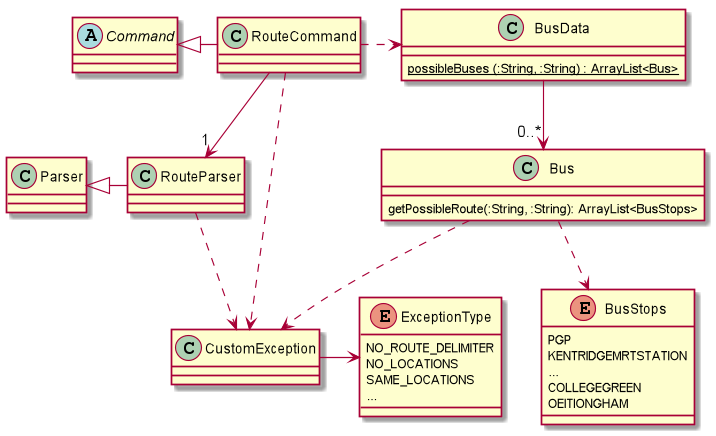
This is docs/RouteCommandClass.png from nus-cs2113-AY2021S1/tp, a PlantUML export, as it was before one commit. Its diagram source:
```plantuml
@startuml

abstract class Command
Class RouteCommand
Class RouteParser
Class Parser
Class BusData {
{static} possibleBuses (:String, :String) : ArrayList<Bus>
}
Class Bus {
getPossibleRoute(:String, :String): ArrayList<BusStops>
}

enum BusStops {
PGP
KENTRIDGEMRTSTATION
...
COLLEGEGREEN
OEITIONGHAM
}

enum ExceptionType {
NO_ROUTE_DELIMITER
NO_LOCATIONS
SAME_LOCATIONS
...
}

Command <|- RouteCommand
Parser <|- RouteParser
RouteParser "1"<--down RouteCommand
RouteCommand .> BusData
BusData --> "0..*" Bus
Bus ..> BusStops
RouteCommand ..> CustomException
RouteParser ..> CustomException
Bus ..> CustomException
CustomException -> ExceptionType

@enduml
```
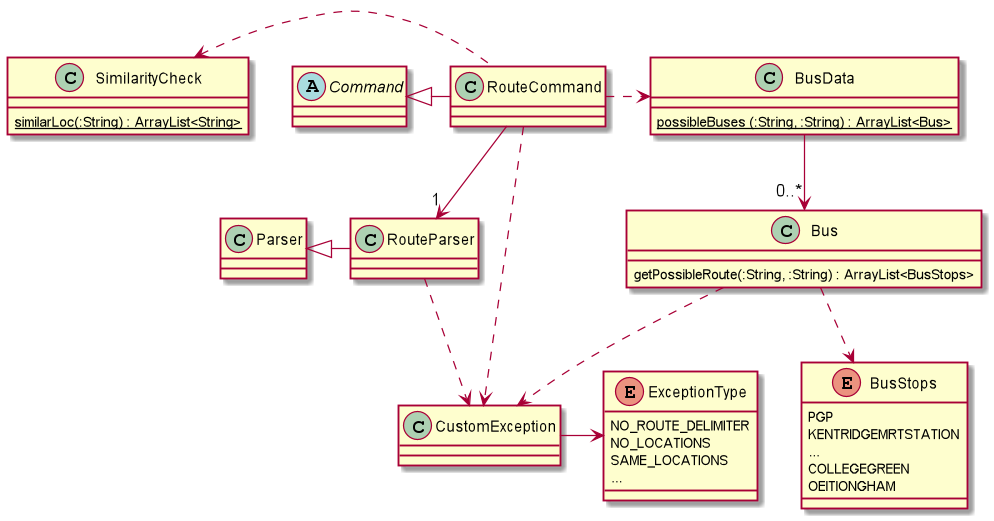
The same diagram one commit later.

Commit message:
Update DG route command class diagram

Added the similarity check class

The edit, as a diff of the source:
```diff
@@ -8,7 +8,10 @@
 {static} possibleBuses (:String, :String) : ArrayList<Bus>
 }
 Class Bus {
-getPossibleRoute(:String, :String): ArrayList<BusStops>
+getPossibleRoute(:String, :String) : ArrayList<BusStops>
+}
+Class SimilarityCheck {
+{static} similarLoc(:String) : ArrayList<String>
 }
 
 enum BusStops {
@@ -36,5 +39,6 @@
 RouteParser ..> CustomException
 Bus ..> CustomException
 CustomException -> ExceptionType
+RouteCommand .left> SimilarityCheck
 
 @enduml
```
